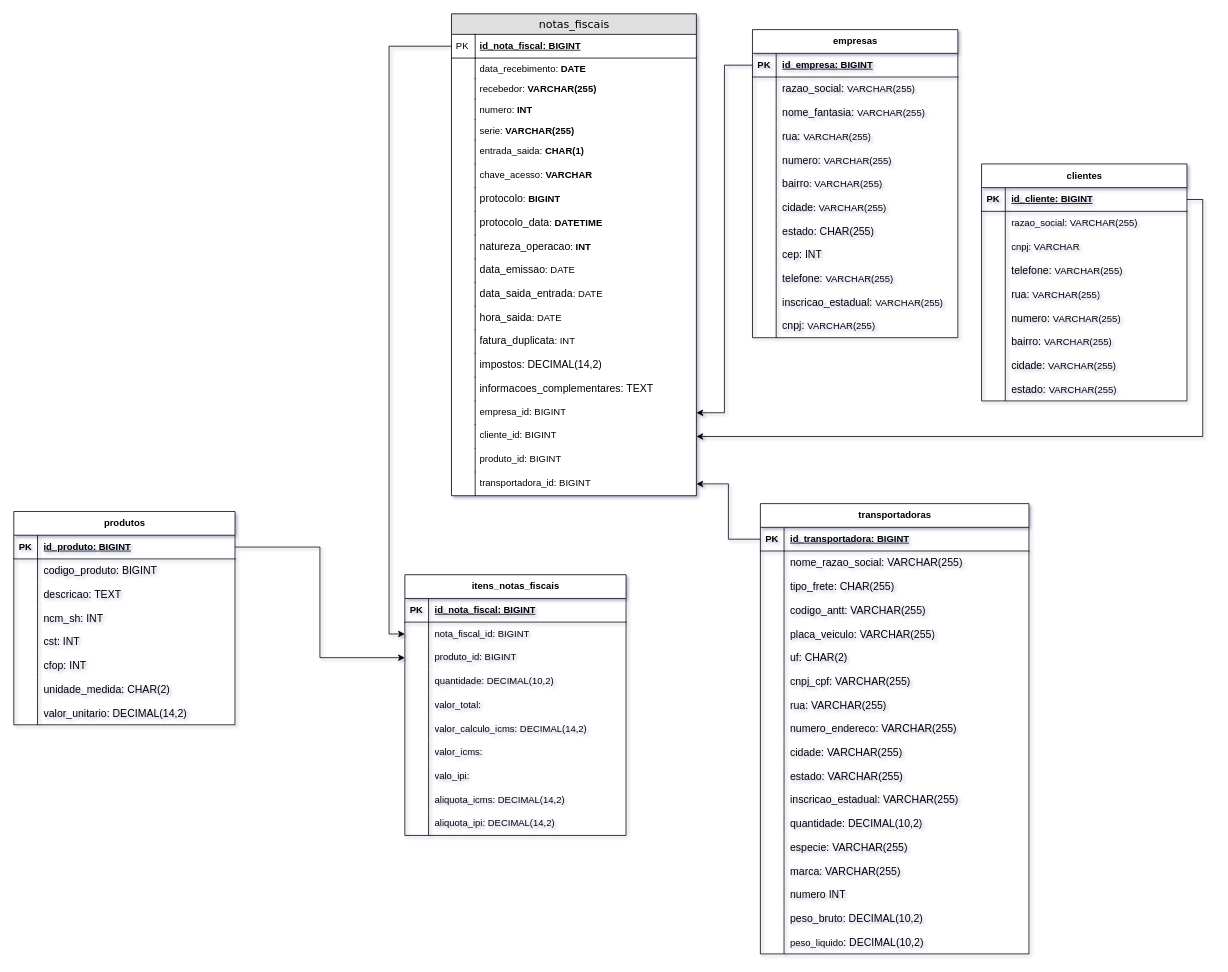
Earlier version of the draw.io diagram Diagrama sem nome.drawio (RenanSMA/3-Semestre). Source tidied: cells renumbered, new cells numbered last; positions are measured from the earlier drawing's top-left corner, leaving out a move shared by most shapes. Both pictures are drawn from the tidied source at 79%, with x=0, y=0 at pixel (13, 13).
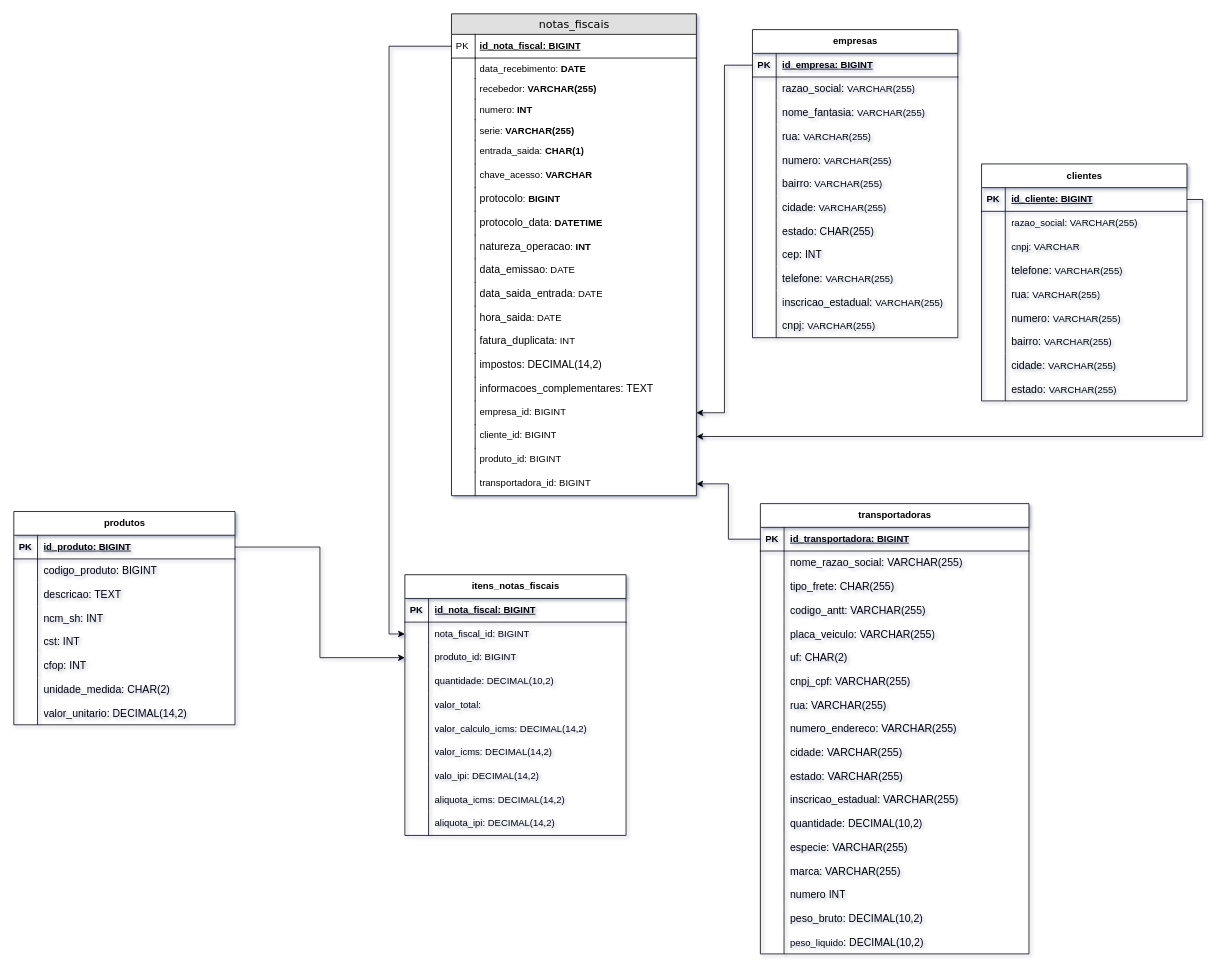
The same diagram, later.

The change refers to these unchanged cells:
```xml
<mxCell id="209" style="shape=tableRow;horizontal=0;startSize=0;swimlaneHead=0;swimlaneBody=0;fillColor=none;top=0;left=0;right=0;bottom=0;" parent="190" vertex="1">
  <mxGeometry y="210" width="280" height="30" as="geometry" />
</mxCell>
<mxCell id="212" style="shape=tableRow;horizontal=0;startSize=0;swimlaneHead=0;swimlaneBody=0;fillColor=none;top=0;left=0;right=0;bottom=0;" parent="190" vertex="1">
  <mxGeometry y="240" width="280" height="30" as="geometry" />
</mxCell>
```

Change to the diagram source:
```diff
@@
-    <mxCell id="211" value="valor_icms:" style="shape=partialRectangle;fillColor=none;top=0;left=0;bottom=0;right=0;align=left;spacingLeft=6;overflow=hidden;whiteSpace=wrap;html=1;" parent="209" vertex="1">
+    <mxCell id="211" value="valor_icms: DECIMAL(14,2)" style="shape=partialRectangle;fillColor=none;top=0;left=0;bottom=0;right=0;align=left;spacingLeft=6;overflow=hidden;whiteSpace=wrap;html=1;" parent="209" vertex="1">
       <mxGeometry x="30" width="250" height="30" as="geometry" />
     </mxCell>
@@
-    <mxCell id="214" value="valo_ipi:" style="shape=partialRectangle;fillColor=none;top=0;left=0;bottom=0;right=0;align=left;spacingLeft=6;overflow=hidden;whiteSpace=wrap;html=1;" parent="212" vertex="1">
+    <mxCell id="214" value="valo_ipi: DECIMAL(14,2)" style="shape=partialRectangle;fillColor=none;top=0;left=0;bottom=0;right=0;align=left;spacingLeft=6;overflow=hidden;whiteSpace=wrap;html=1;" parent="212" vertex="1">
       <mxGeometry x="30" width="250" height="30" as="geometry" />
     </mxCell>
```
